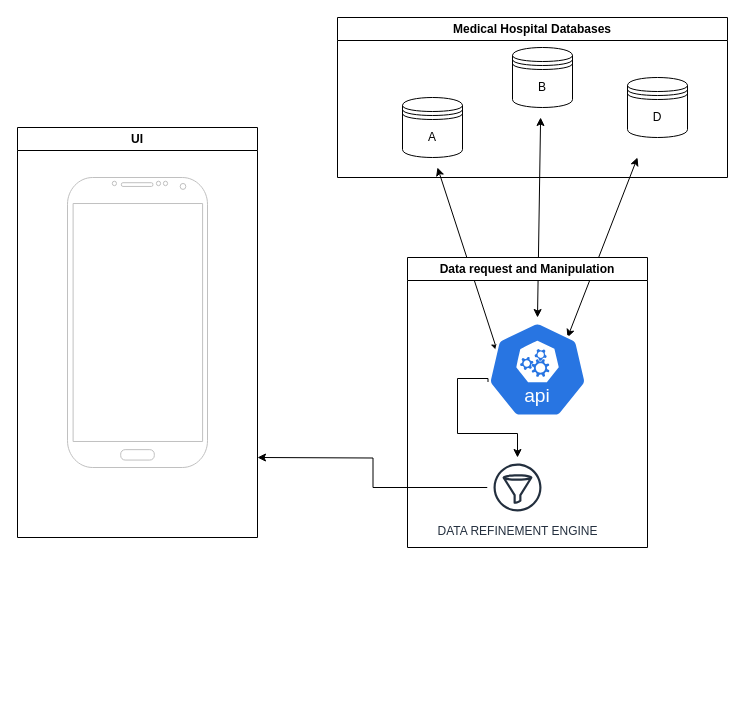
This is ProjectMed.drawio from yankeygilbert/Leak-Detection-in-Pipelines-Using-Vibration-Analysis-, a draw.io file, before an edit. Source tidied: cells renumbered, new cells numbered last; positions are measured from the earlier drawing's top-left corner, leaving out a move shared by most shapes. Both pictures are drawn from the tidied source at 100%, with x=0, y=0 at pixel (17, 17).
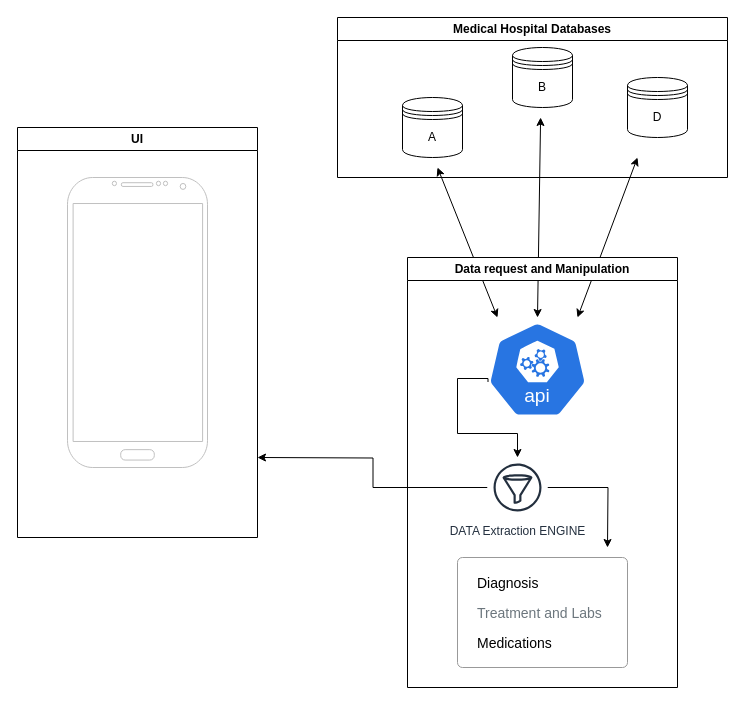
Above is the later version.

The change refers to these unchanged cells:
```xml
<mxCell id="4" value="Medical Hospital Databases" style="swimlane;whiteSpace=wrap;html=1;" parent="1" vertex="1">
  <mxGeometry x="320" width="390" height="160" as="geometry" />
</mxCell>
<mxCell id="14" style="sketch=0;html=1;dashed=0;whitespace=wrap;fillColor=#2875E2;strokeColor=#ffffff;points=[[0.005,0.63,0],[0.1,0.2,0],[0.9,0.2,0],[0.5,0,0],[0.995,0.63,0],[0.72,0.99,0],[0.5,1,0],[0.28,0.99,0]];shape=mxgraph.kubernetes.icon2;kubernetesLabel=1;prIcon=api;" parent="11" vertex="1">
  <mxGeometry x="80" y="64" width="100" height="96" as="geometry" />
</mxCell>
```

What changed in the source:
```diff
@@
-    <mxCell id="6" style="endArrow=classic;startArrow=classic;html=1;rounded=0;exitX=0.1;exitY=0.313;exitDx=0;exitDy=0;exitPerimeter=0;" parent="4" edge="1" source="14">
+    <mxCell id="6" style="endArrow=classic;startArrow=classic;html=1;rounded=0;" parent="4" edge="1">
       <mxGeometry relative="1" as="geometry">
+        <mxPoint x="160" y="300" as="sourcePoint" />
         <mxPoint x="100" y="150" as="targetPoint" />
       </mxGeometry>
     </mxCell>
@@
     <mxCell id="10" style="endArrow=classic;startArrow=classic;html=1;rounded=0;" parent="1" edge="1">
       <mxGeometry relative="1" as="geometry">
-        <mxPoint x="550" y="320" as="sourcePoint" />
+        <mxPoint x="560" y="300" as="sourcePoint" />
         <mxPoint x="620" y="140" as="targetPoint" />
       </mxGeometry>
     </mxCell>
     <mxCell id="11" value="Data request and Manipulation" style="swimlane;whiteSpace=wrap;html=1;startSize=23;" parent="1" vertex="1">
-      <mxGeometry x="390" y="240" width="240" height="290" as="geometry" />
+      <mxGeometry x="390" y="240" width="270" height="430" as="geometry" />
     </mxCell>
@@
+    <mxCell id="16" style="edgeStyle=orthogonalEdgeStyle;rounded=0;jettySize=auto;html=1;" parent="11" edge="1" source="13">
+      <mxGeometry relative="1" as="geometry">
+        <mxPoint x="200" y="290" as="targetPoint" />
+      </mxGeometry>
+    </mxCell>
-    <mxCell id="13" value="DATA REFINEMENT ENGINE" style="sketch=0;outlineConnect=0;fontColor=#232F3E;gradientColor=none;strokeColor=#232F3E;fillColor=#ffffff;dashed=0;verticalLabelPosition=bottom;verticalAlign=top;align=center;html=1;fontSize=12;fontStyle=0;shape=mxgraph.aws4.resourceIcon;resIcon=mxgraph.aws4.filtering_rule;" parent="11" vertex="1">
+    <mxCell id="13" value="DATA Extraction ENGINE" style="sketch=0;outlineConnect=0;fontColor=#232F3E;gradientColor=none;strokeColor=#232F3E;fillColor=#ffffff;dashed=0;verticalLabelPosition=bottom;verticalAlign=top;align=center;html=1;fontSize=12;fontStyle=0;shape=mxgraph.aws4.resourceIcon;resIcon=mxgraph.aws4.filtering_rule;" parent="11" vertex="1">
       <mxGeometry x="80" y="200" width="60" height="60" as="geometry" />
     </mxCell>
@@
+    <mxCell id="17" style="html=1;shadow=0;dashed=0;shape=mxgraph.bootstrap.rrect;rSize=5;fillColor=#ffffff;strokeColor=#999999;" parent="11" vertex="1">
+      <mxGeometry x="50" y="300" width="170" height="110" as="geometry" />
+    </mxCell>
+    <mxCell id="18" value="Diagnosis" style="fillColor=none;strokeColor=none;align=left;spacing=20;fontSize=14;" parent="17" vertex="1">
+      <mxGeometry width="170" height="30" relative="1" as="geometry">
+        <mxPoint y="10" as="offset" />
+      </mxGeometry>
+    </mxCell>
+    <mxCell id="19" value="Treatment and Labs" style="fillColor=none;strokeColor=none;fontColor=#6C767D;align=left;spacing=20;fontSize=14;" parent="17" vertex="1">
+      <mxGeometry width="170" height="30" relative="1" as="geometry">
+        <mxPoint y="40" as="offset" />
+      </mxGeometry>
+    </mxCell>
+    <mxCell id="20" value="Medications" style="fillColor=none;strokeColor=none;align=left;spacing=20;fontSize=14;" parent="17" vertex="1">
+      <mxGeometry width="170" height="30" relative="1" as="geometry">
+        <mxPoint y="70" as="offset" />
+      </mxGeometry>
+    </mxCell>
```
